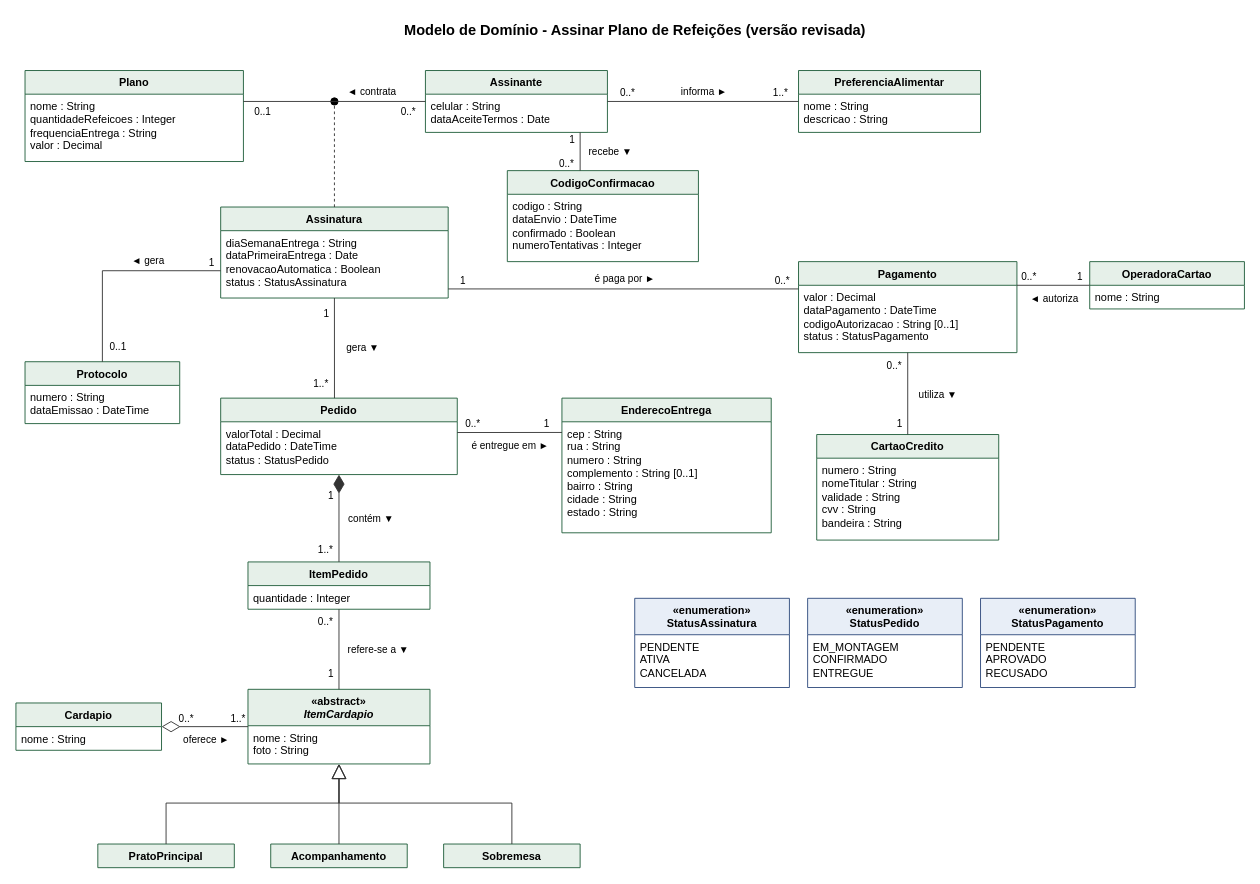
This is docs/DiagramaDominio-v2.drawio from valternarcizo/Minha-Refeicao-N2, a draw.io file, before an edit. Source tidied: cells renumbered, new cells numbered last; positions are measured from the earlier drawing's top-left corner, leaving out a move shared by most shapes. Both pictures are drawn from the tidied source at 91%, with x=0, y=0 at pixel (15, 15).
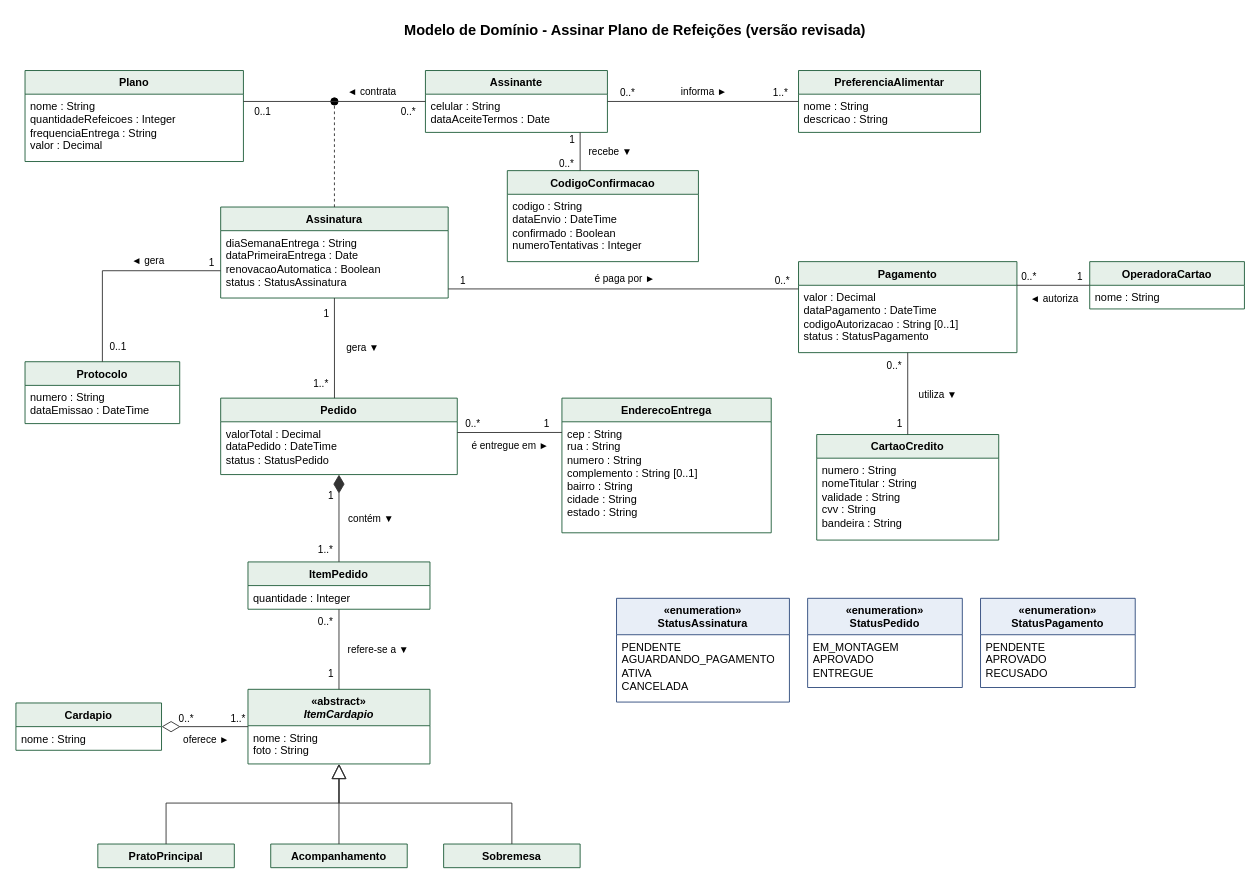
After the change.

Commit message (it also covers changes not shown here):
Atualiza enumerações de status no diagrama de domínio

Unchanged cells that the change refers to:
```xml
<mxCell id="36" value="«enumeration»&lt;br&gt;StatusPedido" style="swimlane;fontStyle=1;align=center;verticalAlign=top;horizontal=1;startSize=40;whiteSpace=wrap;html=1;fontSize=12;fillColor=#E8EEF7;strokeColor=#2F4B7C;swimlaneFillColor=#FFFFFF;fontColor=#000000;" parent="1" vertex="1">
  <mxGeometry x="870" y="640" width="170" height="98" as="geometry" />
</mxCell>
```

What changed in the source:
```diff
@@
     <mxCell id="34" value="«enumeration»&lt;br&gt;StatusAssinatura" style="swimlane;fontStyle=1;align=center;verticalAlign=top;horizontal=1;startSize=40;whiteSpace=wrap;html=1;fontSize=12;fillColor=#E8EEF7;strokeColor=#2F4B7C;swimlaneFillColor=#FFFFFF;fontColor=#000000;" parent="1" vertex="1">
-      <mxGeometry x="680" y="640" width="170" height="98" as="geometry" />
+      <mxGeometry x="660" y="640" width="190" height="114" as="geometry" />
     </mxCell>
-    <mxCell id="35" value="PENDENTE&lt;br&gt;ATIVA&lt;br&gt;CANCELADA" style="text;strokeColor=none;fillColor=none;align=left;verticalAlign=top;spacingLeft=4;spacingRight=4;overflow=hidden;whiteSpace=wrap;html=1;fontSize=12;fontColor=#000000;" parent="34" vertex="1">
-      <mxGeometry y="40" width="170" height="58" as="geometry" />
+    <mxCell id="35" value="PENDENTE&lt;br&gt;AGUARDANDO_PAGAMENTO&lt;br&gt;ATIVA&lt;br&gt;CANCELADA" style="text;strokeColor=none;fillColor=none;align=left;verticalAlign=top;spacingLeft=4;spacingRight=4;overflow=hidden;whiteSpace=wrap;html=1;fontSize=12;fontColor=#000000;" parent="34" vertex="1">
+      <mxGeometry y="40" width="190" height="74" as="geometry" />
     </mxCell>
@@
-    <mxCell id="37" value="EM_MONTAGEM&lt;br&gt;CONFIRMADO&lt;br&gt;ENTREGUE" style="text;strokeColor=none;fillColor=none;align=left;verticalAlign=top;spacingLeft=4;spacingRight=4;overflow=hidden;whiteSpace=wrap;html=1;fontSize=12;fontColor=#000000;" parent="36" vertex="1">
+    <mxCell id="37" value="EM_MONTAGEM&lt;br&gt;APROVADO&lt;br&gt;ENTREGUE" style="text;strokeColor=none;fillColor=none;align=left;verticalAlign=top;spacingLeft=4;spacingRight=4;overflow=hidden;whiteSpace=wrap;html=1;fontSize=12;fontColor=#000000;" parent="36" vertex="1">
       <mxGeometry y="40" width="170" height="58" as="geometry" />
     </mxCell>
```
